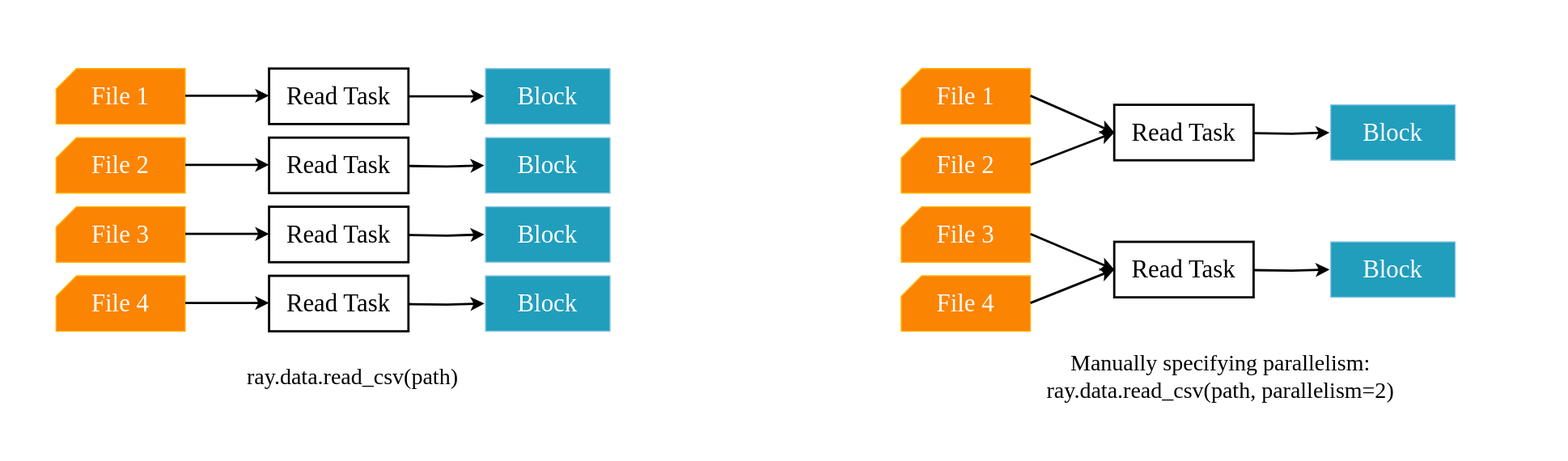
The draw.io diagram img/ch-ray-data/dataset-read.svg in godaai/scale-py, before a commit. Source tidied: cells renumbered, new cells last; positions are measured from the earlier drawing's top-left corner, leaving out a move shared by most shapes.
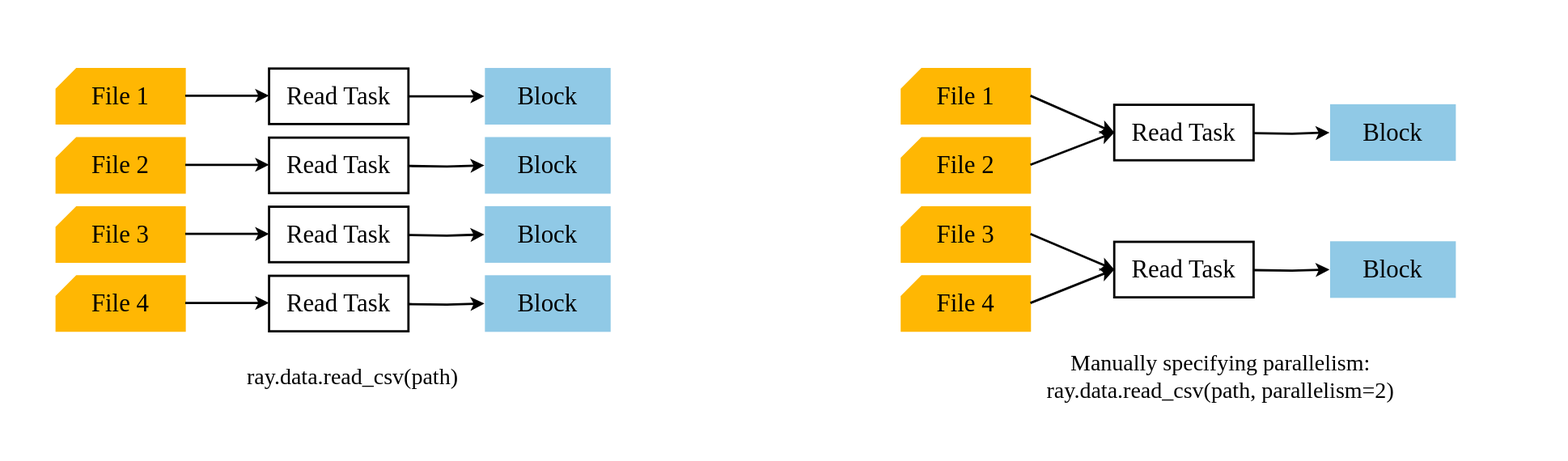
After the commit.

Change to the diagram source:
```diff
@@ -5,16 +5,16 @@
     <mxCell id="2" style="rounded=0;whiteSpace=wrap;html=1;strokeColor=none;fillColor=none;" parent="1" vertex="1">
       <mxGeometry width="1384" height="407" as="geometry" />
     </mxCell>
-    <mxCell id="3" value="&lt;font color=&quot;#ffffff&quot; style=&quot;font-size: 22px;&quot; face=&quot;Times New Roman&quot;&gt;File 1&lt;/font&gt;" style="shape=card;whiteSpace=wrap;html=1;size=18;fillColor=#FB8402;strokeColor=#FFB703;fontSize=22;" parent="1" vertex="1">
+    <mxCell id="3" value="&lt;font style=&quot;font-size: 22px;&quot; face=&quot;Times New Roman&quot;&gt;File 1&lt;/font&gt;" style="shape=card;whiteSpace=wrap;html=1;size=18;fillColor=#FFB703;strokeColor=#FFB703;fontSize=22;" parent="1" vertex="1">
       <mxGeometry x="49" y="60" width="114" height="49" as="geometry" />
     </mxCell>
-    <mxCell id="4" value="&lt;font color=&quot;#ffffff&quot; style=&quot;font-size: 22px;&quot; face=&quot;Times New Roman&quot;&gt;File 2&lt;/font&gt;" style="shape=card;whiteSpace=wrap;html=1;size=18;fillColor=#FB8402;strokeColor=#FFB703;fontSize=22;" parent="1" vertex="1">
+    <mxCell id="4" value="&lt;font style=&quot;font-size: 22px;&quot; face=&quot;Times New Roman&quot;&gt;File 2&lt;/font&gt;" style="shape=card;whiteSpace=wrap;html=1;size=18;fillColor=#FFB703;strokeColor=#FFB703;fontSize=22;fontColor=#000000;" parent="1" vertex="1">
       <mxGeometry x="49" y="121" width="114" height="49" as="geometry" />
     </mxCell>
-    <mxCell id="5" value="&lt;font color=&quot;#ffffff&quot; style=&quot;font-size: 22px;&quot; face=&quot;Times New Roman&quot;&gt;File 3&lt;/font&gt;" style="shape=card;whiteSpace=wrap;html=1;size=18;fillColor=#FB8402;strokeColor=#FFB703;fontSize=22;" parent="1" vertex="1">
+    <mxCell id="5" value="&lt;font style=&quot;font-size: 22px;&quot; face=&quot;Times New Roman&quot;&gt;File 3&lt;/font&gt;" style="shape=card;whiteSpace=wrap;html=1;size=18;fillColor=#FFB703;strokeColor=#FFB703;fontSize=22;fontColor=#000000;" parent="1" vertex="1">
       <mxGeometry x="49" y="182" width="114" height="49" as="geometry" />
     </mxCell>
-    <mxCell id="6" value="&lt;font color=&quot;#ffffff&quot; style=&quot;font-size: 22px;&quot; face=&quot;Times New Roman&quot;&gt;File 4&lt;/font&gt;" style="shape=card;whiteSpace=wrap;html=1;size=18;fillColor=#FB8402;strokeColor=#FFB703;fontSize=22;" parent="1" vertex="1">
+    <mxCell id="6" value="&lt;font style=&quot;font-size: 22px;&quot; face=&quot;Times New Roman&quot;&gt;File 4&lt;/font&gt;" style="shape=card;whiteSpace=wrap;html=1;size=18;fillColor=#FFB703;strokeColor=#FFB703;fontSize=22;fontColor=#000000;" parent="1" vertex="1">
       <mxGeometry x="49" y="243" width="114" height="49" as="geometry" />
     </mxCell>
     <mxCell id="7" style="endArrow=classic;html=1;rounded=0;strokeWidth=2;fontSize=22;" parent="1" edge="1">
@@ -58,7 +58,7 @@
     <mxCell id="15" value="&lt;font style=&quot;font-size: 22px;&quot; face=&quot;Times New Roman&quot;&gt;Read Task&lt;/font&gt;" style="rounded=0;whiteSpace=wrap;html=1;strokeWidth=2;fontSize=22;" parent="1" vertex="1">
       <mxGeometry x="237" y="243" width="123" height="49" as="geometry" />
     </mxCell>
-    <mxCell id="16" value="&lt;font style=&quot;font-size: 22px;&quot; face=&quot;Times New Roman&quot; color=&quot;#ffffff&quot;&gt;Block&lt;/font&gt;" style="rounded=0;whiteSpace=wrap;html=1;fillColor=#219EBC;strokeColor=#90C9E6;fontSize=22;" parent="1" vertex="1">
+    <mxCell id="16" value="&lt;font style=&quot;font-size: 22px;&quot; face=&quot;Times New Roman&quot;&gt;Block&lt;/font&gt;" style="rounded=0;whiteSpace=wrap;html=1;fillColor=#90C9E6;strokeColor=#90C9E6;fontSize=22;fontColor=default;" parent="1" vertex="1">
       <mxGeometry x="428" y="60" width="110" height="49" as="geometry" />
     </mxCell>
     <mxCell id="17" style="edgeStyle=orthogonalEdgeStyle;rounded=0;orthogonalLoop=1;jettySize=auto;html=1;strokeWidth=2;fontSize=22;" parent="1" edge="1">
@@ -67,7 +67,7 @@
         <mxPoint x="427" y="145.5" as="targetPoint" />
       </mxGeometry>
     </mxCell>
-    <mxCell id="18" value="&lt;font style=&quot;font-size: 22px;&quot; face=&quot;Times New Roman&quot; color=&quot;#ffffff&quot;&gt;Block&lt;/font&gt;" style="rounded=0;whiteSpace=wrap;html=1;fillColor=#219EBC;strokeColor=#90C9E6;fontSize=22;" parent="1" vertex="1">
+    <mxCell id="18" value="&lt;font style=&quot;font-size: 22px;&quot; face=&quot;Times New Roman&quot;&gt;Block&lt;/font&gt;" style="rounded=0;whiteSpace=wrap;html=1;fillColor=#90C9E6;strokeColor=#90C9E6;fontSize=22;fontColor=default;" parent="1" vertex="1">
       <mxGeometry x="428" y="121" width="110" height="49" as="geometry" />
     </mxCell>
     <mxCell id="19" style="edgeStyle=orthogonalEdgeStyle;rounded=0;orthogonalLoop=1;jettySize=auto;html=1;strokeWidth=2;fontSize=22;" parent="1" edge="1">
@@ -76,7 +76,7 @@
         <mxPoint x="427" y="206.5" as="targetPoint" />
       </mxGeometry>
     </mxCell>
-    <mxCell id="20" value="&lt;font style=&quot;font-size: 22px;&quot; face=&quot;Times New Roman&quot; color=&quot;#ffffff&quot;&gt;Block&lt;/font&gt;" style="rounded=0;whiteSpace=wrap;html=1;fillColor=#219EBC;strokeColor=#90C9E6;fontSize=22;" parent="1" vertex="1">
+    <mxCell id="20" value="&lt;font style=&quot;font-size: 22px;&quot; face=&quot;Times New Roman&quot;&gt;Block&lt;/font&gt;" style="rounded=0;whiteSpace=wrap;html=1;fillColor=#90C9E6;strokeColor=#90C9E6;fontSize=22;fontColor=default;" parent="1" vertex="1">
       <mxGeometry x="428" y="182" width="110" height="49" as="geometry" />
     </mxCell>
     <mxCell id="21" style="edgeStyle=orthogonalEdgeStyle;rounded=0;orthogonalLoop=1;jettySize=auto;html=1;strokeWidth=2;fontSize=22;" parent="1" edge="1">
@@ -85,19 +85,19 @@
         <mxPoint x="427" y="267.5" as="targetPoint" />
       </mxGeometry>
     </mxCell>
-    <mxCell id="22" value="&lt;font style=&quot;font-size: 22px;&quot; face=&quot;Times New Roman&quot; color=&quot;#ffffff&quot;&gt;Block&lt;/font&gt;" style="rounded=0;whiteSpace=wrap;html=1;fillColor=#219EBC;strokeColor=#90C9E6;fontSize=22;" parent="1" vertex="1">
+    <mxCell id="22" value="&lt;font style=&quot;font-size: 22px;&quot; face=&quot;Times New Roman&quot;&gt;Block&lt;/font&gt;" style="rounded=0;whiteSpace=wrap;html=1;fillColor=#90C9E6;strokeColor=#90C9E6;fontSize=22;fontColor=default;" parent="1" vertex="1">
       <mxGeometry x="428" y="243" width="110" height="49" as="geometry" />
     </mxCell>
-    <mxCell id="23" value="&lt;font color=&quot;#ffffff&quot; style=&quot;font-size: 22px;&quot; face=&quot;Times New Roman&quot;&gt;File 1&lt;/font&gt;" style="shape=card;whiteSpace=wrap;html=1;size=18;fillColor=#FB8402;strokeColor=#FFB703;fontSize=22;" parent="1" vertex="1">
+    <mxCell id="23" value="&lt;font style=&quot;font-size: 22px;&quot; face=&quot;Times New Roman&quot;&gt;File 1&lt;/font&gt;" style="shape=card;whiteSpace=wrap;html=1;size=18;fillColor=#FFB703;strokeColor=#FFB703;fontSize=22;fontColor=default;" parent="1" vertex="1">
       <mxGeometry x="795" y="60" width="114" height="49" as="geometry" />
     </mxCell>
-    <mxCell id="24" value="&lt;font color=&quot;#ffffff&quot; style=&quot;font-size: 22px;&quot; face=&quot;Times New Roman&quot;&gt;File 2&lt;/font&gt;" style="shape=card;whiteSpace=wrap;html=1;size=18;fillColor=#FB8402;strokeColor=#FFB703;fontSize=22;" parent="1" vertex="1">
+    <mxCell id="24" value="&lt;font style=&quot;font-size: 22px;&quot; face=&quot;Times New Roman&quot;&gt;File 2&lt;/font&gt;" style="shape=card;whiteSpace=wrap;html=1;size=18;fillColor=#FFB703;strokeColor=#FFB703;fontSize=22;fontColor=default;" parent="1" vertex="1">
       <mxGeometry x="795" y="121" width="114" height="49" as="geometry" />
     </mxCell>
-    <mxCell id="25" value="&lt;font color=&quot;#ffffff&quot; style=&quot;font-size: 22px;&quot; face=&quot;Times New Roman&quot;&gt;File 3&lt;/font&gt;" style="shape=card;whiteSpace=wrap;html=1;size=18;fillColor=#FB8402;strokeColor=#FFB703;fontSize=22;" parent="1" vertex="1">
+    <mxCell id="25" value="&lt;font style=&quot;font-size: 22px;&quot; face=&quot;Times New Roman&quot;&gt;File 3&lt;/font&gt;" style="shape=card;whiteSpace=wrap;html=1;size=18;fillColor=#FFB703;strokeColor=#FFB703;fontSize=22;fontColor=default;" parent="1" vertex="1">
       <mxGeometry x="795" y="182" width="114" height="49" as="geometry" />
     </mxCell>
-    <mxCell id="26" value="&lt;font color=&quot;#ffffff&quot; style=&quot;font-size: 22px;&quot; face=&quot;Times New Roman&quot;&gt;File 4&lt;/font&gt;" style="shape=card;whiteSpace=wrap;html=1;size=18;fillColor=#FB8402;strokeColor=#FFB703;fontSize=22;" parent="1" vertex="1">
+    <mxCell id="26" value="&lt;font style=&quot;font-size: 22px;&quot; face=&quot;Times New Roman&quot;&gt;File 4&lt;/font&gt;" style="shape=card;whiteSpace=wrap;html=1;size=18;fillColor=#FFB703;strokeColor=#FFB703;fontSize=22;fontColor=default;" parent="1" vertex="1">
       <mxGeometry x="795" y="243" width="114" height="49" as="geometry" />
     </mxCell>
     <mxCell id="27" style="endArrow=classic;html=1;rounded=0;strokeWidth=2;entryX=0;entryY=0.5;entryDx=0;entryDy=0;fontSize=22;" parent="1" edge="1" target="31">
@@ -132,7 +132,7 @@
         <mxPoint x="1173" y="116.5" as="targetPoint" />
       </mxGeometry>
     </mxCell>
-    <mxCell id="34" value="&lt;font style=&quot;font-size: 22px;&quot; face=&quot;Times New Roman&quot; color=&quot;#ffffff&quot;&gt;Block&lt;/font&gt;" style="rounded=0;whiteSpace=wrap;html=1;fillColor=#219EBC;strokeColor=#90C9E6;fontSize=22;" parent="1" vertex="1">
+    <mxCell id="34" value="&lt;font style=&quot;font-size: 22px;&quot; face=&quot;Times New Roman&quot;&gt;Block&lt;/font&gt;" style="rounded=0;whiteSpace=wrap;html=1;fillColor=#90C9E6;strokeColor=#90C9E6;fontSize=22;fontColor=default;" parent="1" vertex="1">
       <mxGeometry x="1174" y="92" width="110" height="49" as="geometry" />
     </mxCell>
     <mxCell id="35" style="edgeStyle=orthogonalEdgeStyle;rounded=0;orthogonalLoop=1;jettySize=auto;html=1;strokeWidth=2;fontSize=22;" parent="1" edge="1">
@@ -141,13 +141,13 @@
         <mxPoint x="1173" y="237.5" as="targetPoint" />
       </mxGeometry>
     </mxCell>
-    <mxCell id="36" value="&lt;font style=&quot;font-size: 22px;&quot; face=&quot;Times New Roman&quot; color=&quot;#ffffff&quot;&gt;Block&lt;/font&gt;" style="rounded=0;whiteSpace=wrap;html=1;fillColor=#219EBC;strokeColor=#90C9E6;fontSize=22;" parent="1" vertex="1">
+    <mxCell id="36" value="&lt;font style=&quot;font-size: 22px;&quot; face=&quot;Times New Roman&quot;&gt;Block&lt;/font&gt;" style="rounded=0;whiteSpace=wrap;html=1;fillColor=#90C9E6;strokeColor=#90C9E6;fontSize=22;fontColor=default;" parent="1" vertex="1">
       <mxGeometry x="1174" y="213" width="110" height="49" as="geometry" />
     </mxCell>
     <mxCell id="37" value="&lt;div style=&quot;font-size: 20px;&quot;&gt;&lt;span style=&quot;background-color: initial;&quot;&gt;&lt;font face=&quot;Garamond&quot;&gt;ray.data.read_csv(path)&lt;/font&gt;&lt;/span&gt;&lt;br&gt;&lt;/div&gt;" style="text;html=1;strokeColor=none;fillColor=none;align=center;verticalAlign=middle;whiteSpace=wrap;rounded=0;" parent="1" vertex="1">
       <mxGeometry x="91" y="300" width="440" height="62" as="geometry" />
     </mxCell>
-    <mxCell id="38" value="&lt;div style=&quot;font-size: 20px;&quot;&gt;&lt;div&gt;&lt;font face=&quot;Times New Roman&quot;&gt;Manually specifying parallelism:&lt;/font&gt;&lt;/div&gt;&lt;div&gt;&lt;font face=&quot;Comic Sans MS&quot;&gt;ray.data.read_csv(path, parallelism=2)&lt;/font&gt;&lt;/div&gt;&lt;/div&gt;" style="text;html=1;strokeColor=none;fillColor=none;align=center;verticalAlign=middle;whiteSpace=wrap;rounded=0;" parent="1" vertex="1">
+    <mxCell id="38" value="&lt;div style=&quot;font-size: 20px;&quot;&gt;&lt;div&gt;&lt;font face=&quot;Times New Roman&quot;&gt;Manually specifying parallelism:&lt;/font&gt;&lt;/div&gt;&lt;div&gt;&lt;font face=&quot;Garamond&quot;&gt;ray.data.read_csv(path, parallelism=2)&lt;/font&gt;&lt;/div&gt;&lt;/div&gt;" style="text;html=1;strokeColor=none;fillColor=none;align=center;verticalAlign=middle;whiteSpace=wrap;rounded=0;" parent="1" vertex="1">
       <mxGeometry x="857" y="300" width="440" height="62" as="geometry" />
     </mxCell>
   </root>
```
